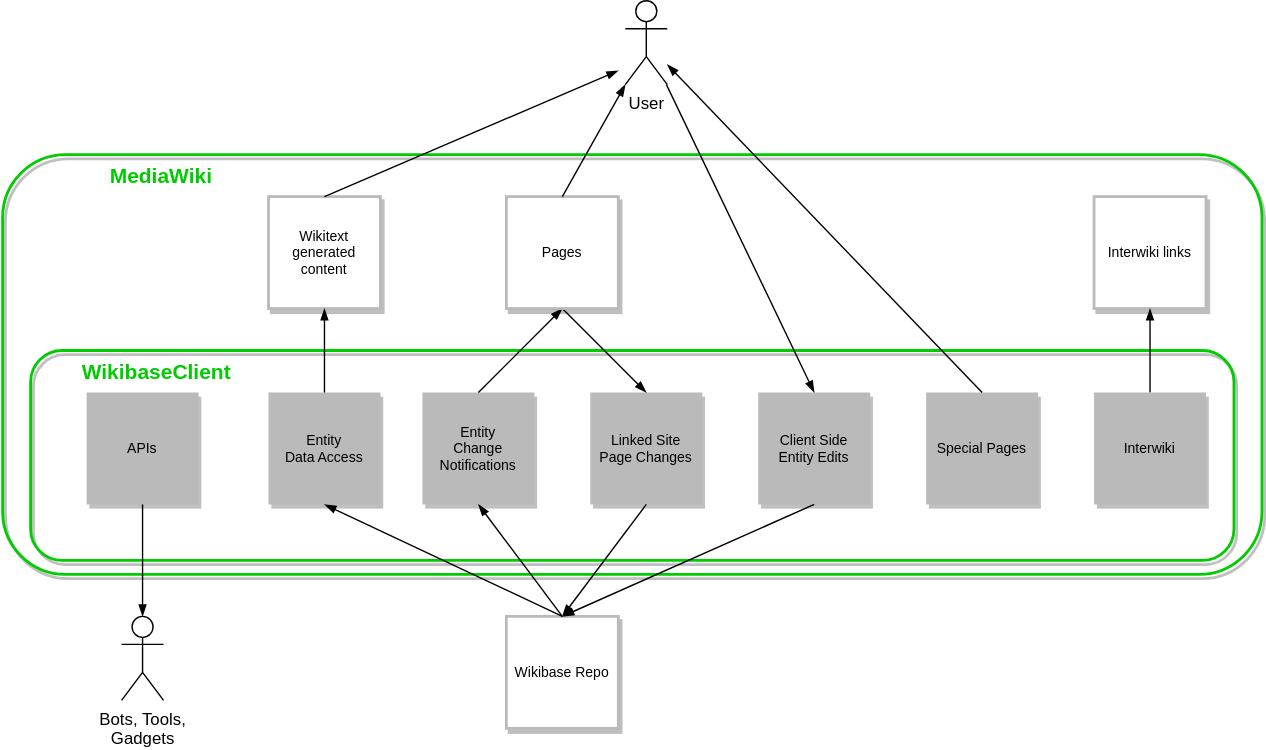
Earlier version of the draw.io export systems/WikibaseClient/diagrams/05-building-blocks.drawio.svg (wmde/wikidata-wikibase-architecture). Source tidied: cells renumbered, new cells last; positions are measured from the earlier drawing's top-left corner, leaving out a move shared by most shapes.
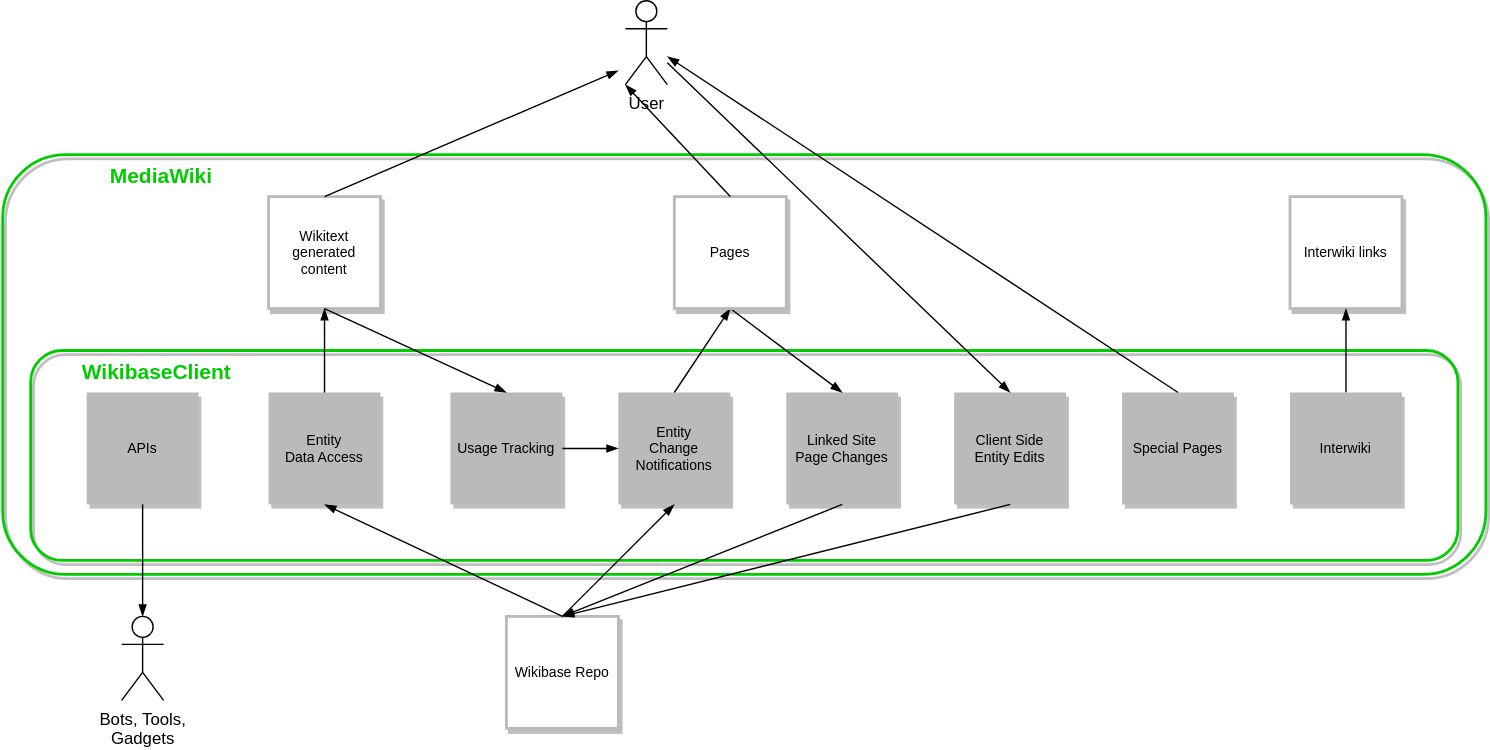
Later version of the same file.

Commit message:
Turn Usage Tracking into a top level building block

Diff of the diagram source:
```diff
@@ -3,16 +3,16 @@
     <mxCell id="0" />
     <mxCell id="1" parent="0" />
     <mxCell id="2" value="MediaWiki" style="rounded=1;shadow=1;fontSize=15;fillColor=none;strokeColor=#00CC00;strokeWidth=2;fontColor=#00CC00;fontStyle=1;labelBorderColor=none;labelBackgroundColor=none;horizontal=1;verticalAlign=top;spacingRight=0;spacingLeft=75;align=left;" parent="1" vertex="1">
-      <mxGeometry y="110" width="900" height="300" as="geometry" />
+      <mxGeometry y="110" width="1060" height="300" as="geometry" />
     </mxCell>
     <mxCell id="3" value="WikibaseClient" style="rounded=1;shadow=1;fontSize=15;fillColor=none;strokeColor=#00CC00;strokeWidth=2;fontColor=#00CC00;fontStyle=1;labelBorderColor=none;labelBackgroundColor=none;horizontal=1;verticalAlign=top;spacingRight=0;spacingLeft=35;align=left;" parent="1" vertex="1">
-      <mxGeometry x="20" y="250" width="860" height="150" as="geometry" />
+      <mxGeometry x="20" y="250" width="1020" height="150" as="geometry" />
     </mxCell>
     <mxCell id="4" value="Client Side&#10;Entity Edits" style="rounded=0;shadow=1;fontSize=10;fontColor=#000000;strokeColor=none;direction=east;fillColor=#BABABA;" parent="1" vertex="1">
-      <mxGeometry x="540" y="280" width="80" height="80" as="geometry" />
+      <mxGeometry x="680" y="280" width="80" height="80" as="geometry" />
     </mxCell>
     <mxCell id="5" value="Linked Site&#10;Page Changes" style="rounded=0;shadow=1;fontSize=10;fontColor=#000000;strokeColor=none;direction=west;fillColor=#BABABA;" parent="1" vertex="1">
-      <mxGeometry x="420" y="280" width="80" height="80" as="geometry" />
+      <mxGeometry x="560" y="280" width="80" height="80" as="geometry" />
     </mxCell>
     <mxCell id="6" style="endArrow=blockThin;html=1;strokeColor=#000000;fontSize=10;fontColor=#000000;strokeWidth=1;exitX=0.5;exitY=0;exitDx=0;exitDy=0;endFill=1;entryX=0.5;entryY=1;entryDx=0;entryDy=0;" parent="1" edge="1" source="5" target="7">
       <mxGeometry x="100" y="50" as="geometry" />
@@ -30,13 +30,13 @@
       <mxGeometry x="100" y="50" as="geometry" />
     </mxCell>
     <mxCell id="11" value="Entity&#10;Change&#10;Notifications" style="rounded=0;shadow=1;fontSize=10;fontColor=#000000;strokeColor=none;direction=west;fillColor=#BABABA;" parent="1" vertex="1">
-      <mxGeometry x="300" y="280" width="80" height="80" as="geometry" />
+      <mxGeometry x="440" y="280" width="80" height="80" as="geometry" />
     </mxCell>
     <mxCell id="12" style="endArrow=blockThin;html=1;strokeColor=#000000;fontSize=10;fontColor=#000000;strokeWidth=1;endFill=1;entryX=0.5;entryY=0;entryDx=0;entryDy=0;exitX=0.5;exitY=1;exitDx=0;exitDy=0;" parent="1" edge="1" source="7" target="11">
       <mxGeometry x="100" y="50" as="geometry" />
     </mxCell>
     <mxCell id="13" value="Special Pages" style="rounded=0;shadow=1;fontSize=10;fontColor=#000000;strokeColor=none;direction=east;fillColor=#BABABA;" parent="1" vertex="1">
-      <mxGeometry x="660" y="280" width="80" height="80" as="geometry" />
+      <mxGeometry x="800" y="280" width="80" height="80" as="geometry" />
     </mxCell>
     <mxCell id="14" value="APIs" style="rounded=0;shadow=1;fontSize=10;fontColor=#000000;strokeColor=none;direction=west;fillColor=#BABABA;" parent="1" vertex="1">
       <mxGeometry x="60" y="280" width="80" height="80" as="geometry" />
@@ -74,19 +74,28 @@
       <mxGeometry x="220" y="120" as="geometry" />
     </mxCell>
     <mxCell id="25" value="Pages" style="rounded=0;shadow=1;fontSize=10;fontColor=#000000;direction=south;fillColor=#FFFFFF;strokeWidth=2;strokeColor=#BABABA;" parent="1" vertex="1">
-      <mxGeometry x="360" y="140" width="80" height="80" as="geometry" />
+      <mxGeometry x="480" y="140" width="80" height="80" as="geometry" />
     </mxCell>
     <mxCell id="26" style="endArrow=none;html=1;strokeColor=#000000;fontSize=10;fontColor=#000000;strokeWidth=1;endFill=0;entryX=0;entryY=0.5;entryDx=0;entryDy=0;startArrow=blockThin;startFill=1;exitX=0;exitY=1;exitDx=0;exitDy=0;exitPerimeter=0;" parent="1" edge="1" source="19" target="25">
       <mxGeometry x="100" y="120" as="geometry" />
     </mxCell>
+    <mxCell id="30" value="Usage Tracking" style="rounded=0;shadow=1;fontSize=10;fontColor=#000000;strokeColor=none;direction=west;fillColor=#BABABA;" parent="1" vertex="1">
+      <mxGeometry x="320" y="280" width="80" height="80" as="geometry" />
+    </mxCell>
+    <mxCell id="31" style="endArrow=none;html=1;strokeColor=#000000;fontSize=10;fontColor=#000000;strokeWidth=1;endFill=0;entryX=1;entryY=0.5;entryDx=0;entryDy=0;exitX=0.5;exitY=1;exitDx=0;exitDy=0;startArrow=blockThin;startFill=1;" parent="1" edge="1" source="30" target="20">
+      <mxGeometry x="230" y="130" as="geometry" />
+    </mxCell>
+    <mxCell id="32" style="endArrow=none;html=1;strokeColor=#000000;fontSize=10;fontColor=#000000;strokeWidth=1;endFill=0;entryX=0;entryY=0.5;entryDx=0;entryDy=0;exitX=1;exitY=0.5;exitDx=0;exitDy=0;startArrow=blockThin;startFill=1;" parent="1" edge="1" source="11" target="30">
+      <mxGeometry x="240" y="140" as="geometry" />
+    </mxCell>
+    <mxCell id="33" value="Interwiki links" style="rounded=0;shadow=1;fontSize=10;fontColor=#000000;direction=south;fillColor=#FFFFFF;strokeWidth=2;strokeColor=#BABABA;" parent="1" vertex="1">
+      <mxGeometry x="920" y="140" width="80" height="80" as="geometry" />
+    </mxCell>
-    <mxCell id="27" value="Interwiki links" style="rounded=0;shadow=1;fontSize=10;fontColor=#000000;direction=south;fillColor=#FFFFFF;strokeWidth=2;strokeColor=#BABABA;" parent="1" vertex="1">
-      <mxGeometry x="780" y="140" width="80" height="80" as="geometry" />
+    <mxCell id="27" style="endArrow=blockThin;html=1;strokeColor=#000000;fontSize=10;fontColor=#000000;strokeWidth=1;endFill=1;entryX=1;entryY=0.5;entryDx=0;entryDy=0;exitX=0.5;exitY=1;exitDx=0;exitDy=0;startArrow=none;startFill=0;" parent="1" edge="1" source="28" target="33">
+      <mxGeometry x="610" y="130" as="geometry" />
     </mxCell>
-    <mxCell id="28" style="endArrow=blockThin;html=1;strokeColor=#000000;fontSize=10;fontColor=#000000;strokeWidth=1;endFill=1;entryX=1;entryY=0.5;entryDx=0;entryDy=0;exitX=0.5;exitY=1;exitDx=0;exitDy=0;startArrow=none;startFill=0;" parent="1" edge="1" source="29" target="27">
-      <mxGeometry x="470" y="130" as="geometry" />
+    <mxCell id="28" value="Interwiki" style="rounded=0;shadow=1;fontSize=10;fontColor=#000000;strokeColor=none;direction=west;fillColor=#BABABA;" parent="1" vertex="1">
+      <mxGeometry x="920" y="280" width="80" height="80" as="geometry" />
     </mxCell>
-    <mxCell id="29" value="Interwiki" style="rounded=0;shadow=1;fontSize=10;fontColor=#000000;strokeColor=none;direction=west;fillColor=#BABABA;" parent="1" vertex="1">
-      <mxGeometry x="780" y="280" width="80" height="80" as="geometry" />
-    </mxCell>
   </root>
 </mxGraphModel>
```
